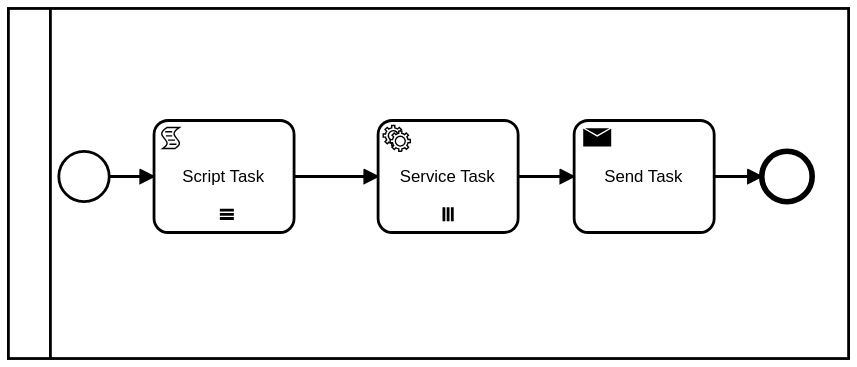
Earlier version of the BPMN export processes/scripts and services.svg (bpmnServer/bpmn-web). Its source is kept beside it as processes/scripts and services.bpmn. Ids are renumbered.
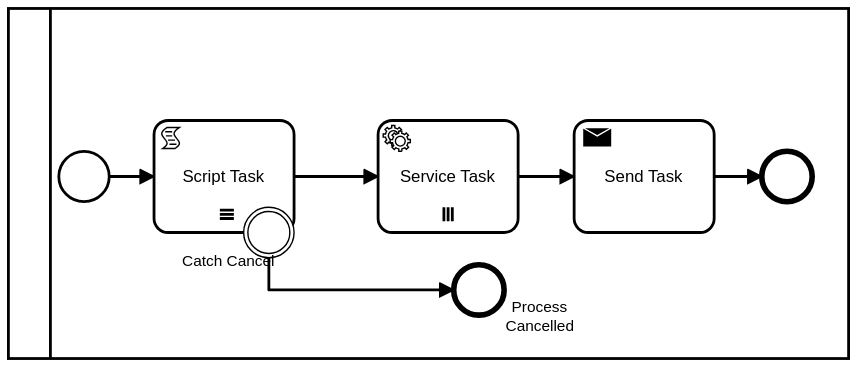
Above is the later version.

The edit, as a diff of the source:
```diff
@@ -4,18 +4,22 @@
   </bpmn:collaboration>
   <bpmn:process id="Process_n4" isExecutable="false">
     <bpmn:startEvent id="StartEvent_n5">
-      <bpmn:extensionElements />
+      <bpmn:extensionElements>
+        <camunda:executionListener event="start">
+          <camunda:script scriptFormat="JavaScript">this.data.records=[1,2,3];</camunda:script>
+        </camunda:executionListener>
+      </bpmn:extensionElements>
       <bpmn:outgoing>Flow_n6</bpmn:outgoing>
     </bpmn:startEvent>
     <bpmn:scriptTask id="scriptTask" name="Script Task">
       <bpmn:incoming>Flow_n6</bpmn:incoming>
-      <bpmn:outgoing>Flow_n7</bpmn:outgoing>
+      <bpmn:outgoing>Flow_n11</bpmn:outgoing>
       <bpmn:multiInstanceLoopCharacteristics isSequential="true" camunda:collection="$(this.data.records)" />
       <bpmn:script>this.token.log('testing from the inside: '+this.token.data.loopKey);
 console.log('test');</bpmn:script>
     </bpmn:scriptTask>
     <bpmn:serviceTask id="serviceTask" name="Service Task" implementation="service1">
-      <bpmn:incoming>Flow_n7</bpmn:incoming>
+      <bpmn:incoming>Flow_n11</bpmn:incoming>
       <bpmn:outgoing>Flow_n8</bpmn:outgoing>
       <bpmn:multiInstanceLoopCharacteristics camunda:collection="$(this.data.records)" />
     </bpmn:serviceTask>
@@ -24,18 +28,34 @@
       <bpmn:outgoing>Flow_n9</bpmn:outgoing>
     </bpmn:sendTask>
     <bpmn:sequenceFlow id="Flow_n6" sourceRef="StartEvent_n5" targetRef="scriptTask" />
-    <bpmn:sequenceFlow id="Flow_n7" sourceRef="scriptTask" targetRef="serviceTask" />
     <bpmn:sequenceFlow id="Flow_n8" sourceRef="serviceTask" targetRef="sendTask" />
-    <bpmn:sequenceFlow id="Flow_n9" sourceRef="sendTask" targetRef="Event_n10" />
-    <bpmn:endEvent id="Event_n10">
+    <bpmn:sequenceFlow id="Flow_n9" sourceRef="sendTask" targetRef="Event_end" />
+    <bpmn:endEvent id="Event_end">
       <bpmn:incoming>Flow_n9</bpmn:incoming>
     </bpmn:endEvent>
+    <bpmn:sequenceFlow id="Flow_n12" sourceRef="Event_catch_cancel" targetRef="Event_end_cancel" />
+    <bpmn:endEvent id="Event_end_cancel" name="Process Cancelled">
+      <bpmn:incoming>Flow_n12</bpmn:incoming>
+    </bpmn:endEvent>
+    <bpmn:boundaryEvent id="Event_catch_cancel" name="Catch Cancel" attachedToRef="scriptTask">
+      <bpmn:outgoing>Flow_n12</bpmn:outgoing>
+    </bpmn:boundaryEvent>
+    <bpmn:sequenceFlow id="Flow_n11" sourceRef="scriptTask" targetRef="serviceTask" />
   </bpmn:process>
   <bpmndi:BPMNDiagram id="BPMNDiagram_1">
     <bpmndi:BPMNPlane id="BPMNPlane_1" bpmnElement="Collaboration_n2">
       <bpmndi:BPMNShape id="Participant_n3_di" bpmnElement="Participant_n3" isHorizontal="true">
         <dc:Bounds x="134" y="19" width="600" height="250" />
       </bpmndi:BPMNShape>
+      <bpmndi:BPMNEdge id="Flow_n11_di" bpmnElement="Flow_n11">
+        <di:waypoint x="338" y="139" />
+        <di:waypoint x="398" y="139" />
+      </bpmndi:BPMNEdge>
+      <bpmndi:BPMNEdge id="Flow_n12_di" bpmnElement="Flow_n12">
+        <di:waypoint x="320" y="197" />
+        <di:waypoint x="320" y="220" />
+        <di:waypoint x="452" y="220" />
+      </bpmndi:BPMNEdge>
       <bpmndi:BPMNEdge id="Flow_n9_di" bpmnElement="Flow_n9">
         <di:waypoint x="638" y="139" />
         <di:waypoint x="672" y="139" />
@@ -48,13 +68,6 @@
         <di:waypoint x="538" y="139" />
         <bpmndi:BPMNLabel>
           <dc:Bounds x="473" y="114" width="90" height="20" />
-        </bpmndi:BPMNLabel>
-      </bpmndi:BPMNEdge>
-      <bpmndi:BPMNEdge id="Flow_n7_di" bpmnElement="Flow_n7">
-        <di:waypoint x="338" y="139" />
-        <di:waypoint x="398" y="139" />
-        <bpmndi:BPMNLabel>
-          <dc:Bounds x="323" y="114" width="90" height="20" />
         </bpmndi:BPMNLabel>
       </bpmndi:BPMNEdge>
       <bpmndi:BPMNEdge id="Flow_n6_di" bpmnElement="Flow_n6">
@@ -79,12 +92,24 @@
       <bpmndi:BPMNShape id="Activity_1stq68c_di" bpmnElement="sendTask">
         <dc:Bounds x="538" y="99" width="100" height="80" />
       </bpmndi:BPMNShape>
-      <bpmndi:BPMNShape id="Event_n10_di" bpmnElement="Event_n10">
+      <bpmndi:BPMNShape id="Event_n10_di" bpmnElement="Event_end">
         <dc:Bounds x="672" y="121" width="36" height="36" />
         <bpmndi:BPMNLabel>
           <dc:Bounds x="633" y="157" width="90" height="20" />
         </bpmndi:BPMNLabel>
       </bpmndi:BPMNShape>
+      <bpmndi:BPMNShape id="Event_0j5xe7p_di" bpmnElement="Event_end_cancel">
+        <dc:Bounds x="452" y="202" width="36" height="36" />
+        <bpmndi:BPMNLabel>
+          <dc:Bounds x="489" y="226" width="49" height="27" />
+        </bpmndi:BPMNLabel>
+      </bpmndi:BPMNShape>
+      <bpmndi:BPMNShape id="Event_16kxwfg_di" bpmnElement="Event_catch_cancel">
+        <dc:Bounds x="302" y="161" width="36" height="36" />
+        <bpmndi:BPMNLabel>
+          <dc:Bounds x="258" y="193" width="67" height="14" />
+        </bpmndi:BPMNLabel>
+      </bpmndi:BPMNShape>
     </bpmndi:BPMNPlane>
   </bpmndi:BPMNDiagram>
 </bpmn:definitions>
```
